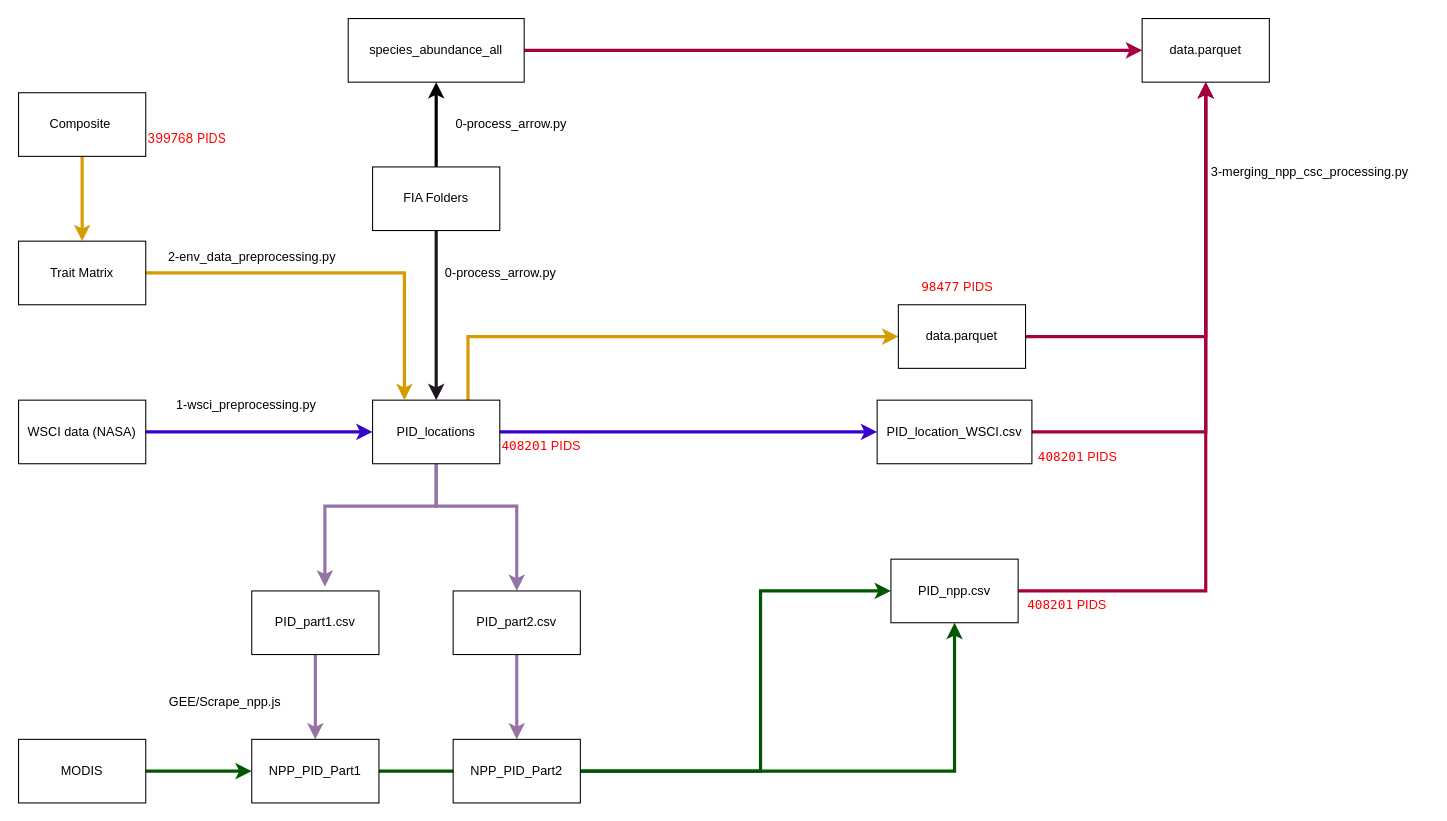
Earlier version of the draw.io diagram visualisations/data_model.drawio (qiulinlx/FD_Stability). Source tidied: cells renumbered, new cells numbered last; positions are measured from the earlier drawing's top-left corner, leaving out a move shared by most shapes. Both pictures are drawn from the tidied source at 106%, with x=0, y=0 at pixel (18, 18).
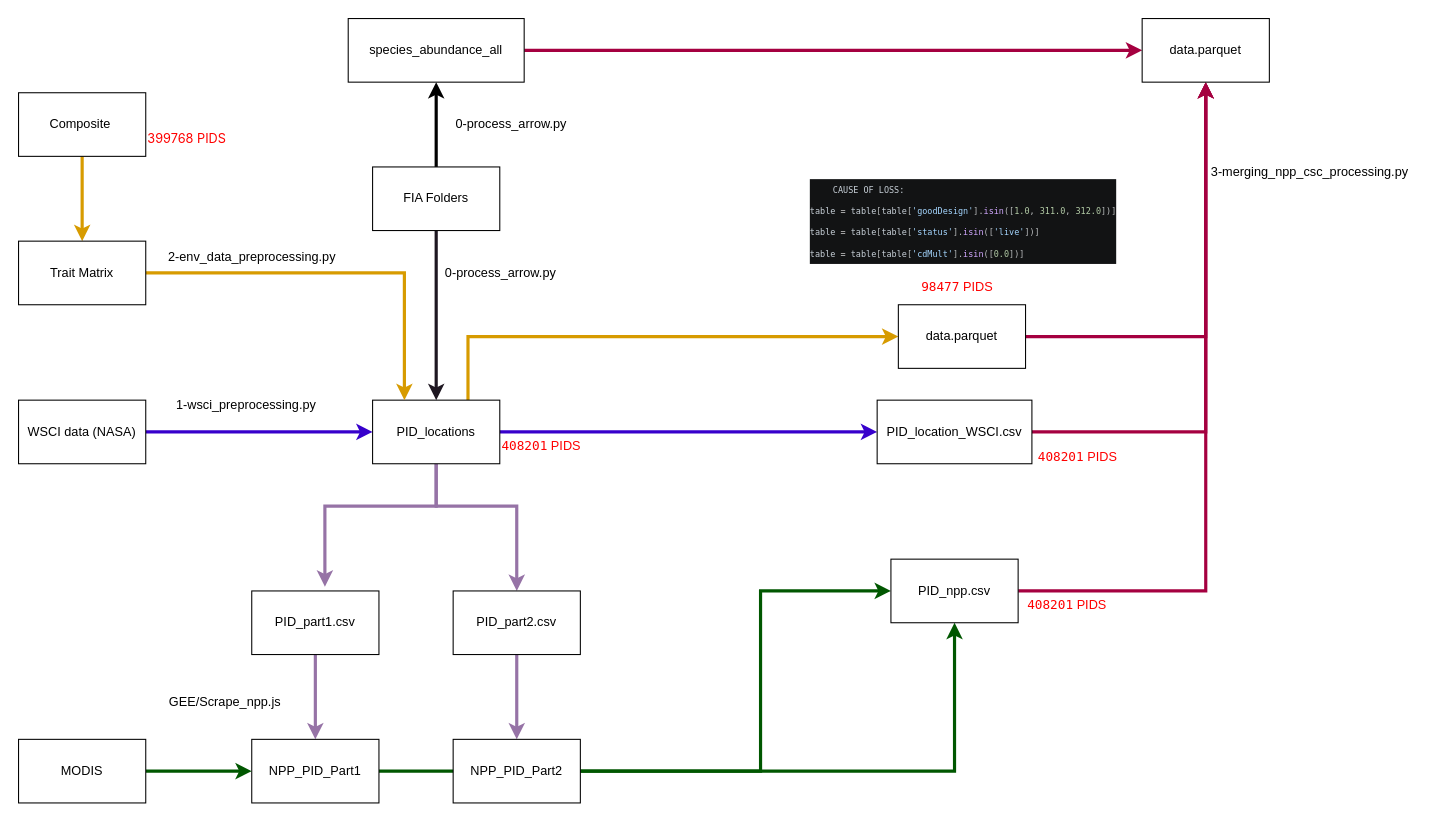
The same page after the edit.

Commit message:
Update data_model

The edit, as a diff of the source:
```diff
@@
+    <mxCell id="46" value="&lt;div style=&quot;color: rgb(187, 190, 191); background-color: rgb(18, 19, 20); font-family: Menlo, Monaco, &amp;quot;Courier New&amp;quot;, monospace; font-weight: normal; font-size: 12px; line-height: 18px; white-space: pre;&quot;&gt;&lt;div&gt;&lt;span style=&quot;color: rgb(187, 190, 191);&quot;&gt;   &lt;/span&gt;&lt;font style=&quot;font-size: 8px;&quot;&gt;&lt;span style=&quot;color: rgb(201, 209, 217);&quot;&gt;CAUSE OF LOSS: &lt;/span&gt;&lt;/font&gt;&lt;/div&gt;&lt;div&gt;&lt;font style=&quot;font-size: 8px;&quot;&gt;&lt;span style=&quot;color: rgb(201, 209, 217);&quot;&gt;table&lt;/span&gt;&lt;span style=&quot;color: rgb(187, 190, 191);&quot;&gt; &lt;/span&gt;&lt;span style=&quot;color: rgb(212, 212, 212);&quot;&gt;=&lt;/span&gt;&lt;span style=&quot;color: rgb(187, 190, 191);&quot;&gt; &lt;/span&gt;&lt;span style=&quot;color: rgb(201, 209, 217);&quot;&gt;table&lt;/span&gt;&lt;span style=&quot;color: rgb(187, 190, 191);&quot;&gt;[&lt;/span&gt;&lt;span style=&quot;color: rgb(201, 209, 217);&quot;&gt;table&lt;/span&gt;&lt;span style=&quot;color: rgb(187, 190, 191);&quot;&gt;[&lt;/span&gt;&lt;span style=&quot;color: rgb(165, 214, 255);&quot;&gt;'goodDesign'&lt;/span&gt;&lt;span style=&quot;color: rgb(187, 190, 191);&quot;&gt;].&lt;/span&gt;&lt;span style=&quot;color: rgb(210, 168, 255);&quot;&gt;isin&lt;/span&gt;&lt;span style=&quot;color: rgb(187, 190, 191);&quot;&gt;([&lt;/span&gt;&lt;span style=&quot;color: rgb(181, 206, 168);&quot;&gt;1.0&lt;/span&gt;&lt;span style=&quot;color: rgb(187, 190, 191);&quot;&gt;, &lt;/span&gt;&lt;span style=&quot;color: rgb(181, 206, 168);&quot;&gt;311.0&lt;/span&gt;&lt;span style=&quot;color: rgb(187, 190, 191);&quot;&gt;, &lt;/span&gt;&lt;span style=&quot;color: rgb(181, 206, 168);&quot;&gt;312.0&lt;/span&gt;&lt;span style=&quot;color: rgb(187, 190, 191);&quot;&gt;])]&lt;/span&gt;&lt;/font&gt;&lt;/div&gt;&lt;div&gt;&lt;font style=&quot;font-size: 8px;&quot;&gt;&lt;span style=&quot;color: rgb(201, 209, 217);&quot;&gt;table&lt;/span&gt;&lt;span style=&quot;color: rgb(187, 190, 191);&quot;&gt; &lt;/span&gt;&lt;span style=&quot;color: rgb(212, 212, 212);&quot;&gt;=&lt;/span&gt;&lt;span style=&quot;color: rgb(187, 190, 191);&quot;&gt; &lt;/span&gt;&lt;span style=&quot;color: rgb(201, 209, 217);&quot;&gt;table&lt;/span&gt;&lt;span style=&quot;color: rgb(187, 190, 191);&quot;&gt;[&lt;/span&gt;&lt;span style=&quot;color: rgb(201, 209, 217);&quot;&gt;table&lt;/span&gt;&lt;span style=&quot;color: rgb(187, 190, 191);&quot;&gt;[&lt;/span&gt;&lt;span style=&quot;color: rgb(165, 214, 255);&quot;&gt;'status'&lt;/span&gt;&lt;span style=&quot;color: rgb(187, 190, 191);&quot;&gt;].&lt;/span&gt;&lt;span style=&quot;color: rgb(210, 168, 255);&quot;&gt;isin&lt;/span&gt;&lt;span style=&quot;color: rgb(187, 190, 191);&quot;&gt;([&lt;/span&gt;&lt;span style=&quot;color: rgb(165, 214, 255);&quot;&gt;'live'&lt;/span&gt;&lt;span style=&quot;color: rgb(187, 190, 191);&quot;&gt;])]&lt;/span&gt;&lt;/font&gt;&lt;/div&gt;&lt;div&gt;&lt;font style=&quot;font-size: 8px;&quot;&gt;&lt;span style=&quot;color: rgb(201, 209, 217);&quot;&gt;table&lt;/span&gt;&lt;span style=&quot;color: rgb(187, 190, 191);&quot;&gt; &lt;/span&gt;&lt;span style=&quot;color: rgb(212, 212, 212);&quot;&gt;=&lt;/span&gt;&lt;span style=&quot;color: rgb(187, 190, 191);&quot;&gt; &lt;/span&gt;&lt;span style=&quot;color: rgb(201, 209, 217);&quot;&gt;table&lt;/span&gt;&lt;span style=&quot;color: rgb(187, 190, 191);&quot;&gt;[&lt;/span&gt;&lt;span style=&quot;color: rgb(201, 209, 217);&quot;&gt;table&lt;/span&gt;&lt;span style=&quot;color: rgb(187, 190, 191);&quot;&gt;[&lt;/span&gt;&lt;span style=&quot;color: rgb(165, 214, 255);&quot;&gt;'cdMult'&lt;/span&gt;&lt;span style=&quot;color: rgb(187, 190, 191);&quot;&gt;].&lt;/span&gt;&lt;span style=&quot;color: rgb(210, 168, 255);&quot;&gt;isin&lt;/span&gt;&lt;span style=&quot;color: rgb(187, 190, 191);&quot;&gt;([&lt;/span&gt;&lt;span style=&quot;color: rgb(181, 206, 168);&quot;&gt;0.0&lt;/span&gt;&lt;span style=&quot;color: rgb(187, 190, 191);&quot;&gt;])]&lt;/span&gt;&lt;/font&gt;&lt;/div&gt;&lt;/div&gt;" style="text;whiteSpace=wrap;html=1;" parent="1" vertex="1">
+      <mxGeometry x="745" y="145" width="290" height="80" as="geometry" />
+    </mxCell>
```
